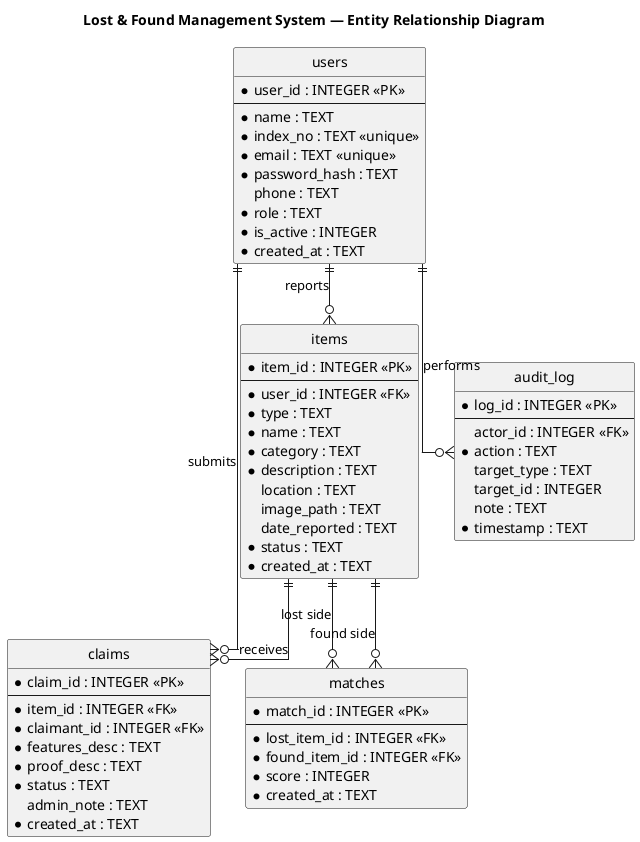
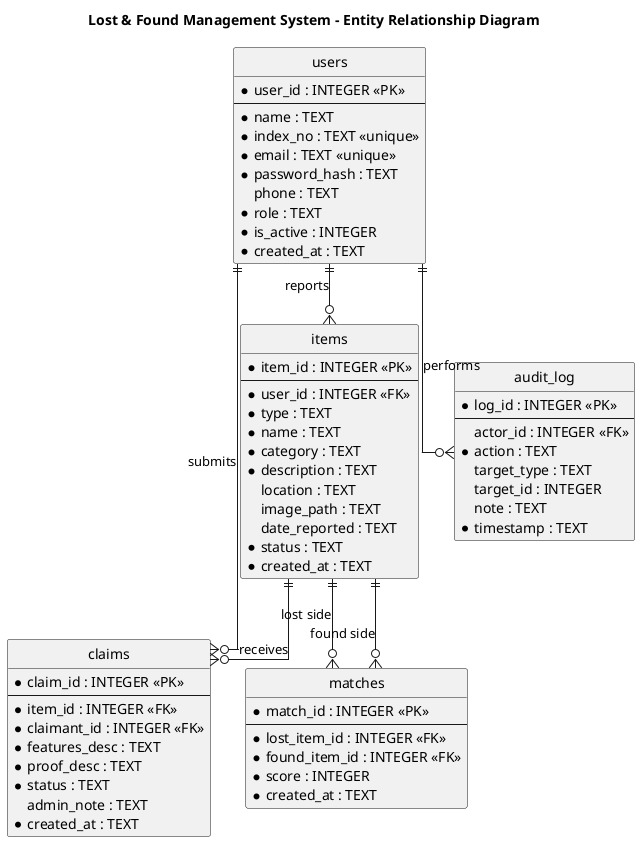
@startuml er-diagram
- title Lost & Found Management System — Entity Relationship Diagram
+ title Lost & Found Management System - Entity Relationship Diagram
hide circle
skinparam linetype ortho

entity users {
  * user_id : INTEGER <<PK>>
  --
  * name : TEXT
  * index_no : TEXT <<unique>>
  * email : TEXT <<unique>>
  * password_hash : TEXT
  phone : TEXT
  * role : TEXT
  * is_active : INTEGER
  * created_at : TEXT
}

entity items {
  * item_id : INTEGER <<PK>>
  --
  * user_id : INTEGER <<FK>>
  * type : TEXT
  * name : TEXT
  * category : TEXT
  * description : TEXT
  location : TEXT
  image_path : TEXT
  date_reported : TEXT
  * status : TEXT
  * created_at : TEXT
}

entity claims {
  * claim_id : INTEGER <<PK>>
  --
  * item_id : INTEGER <<FK>>
  * claimant_id : INTEGER <<FK>>
  * features_desc : TEXT
  * proof_desc : TEXT
  * status : TEXT
  admin_note : TEXT
  * created_at : TEXT
}

entity matches {
  * match_id : INTEGER <<PK>>
  --
  * lost_item_id : INTEGER <<FK>>
  * found_item_id : INTEGER <<FK>>
  * score : INTEGER
  * created_at : TEXT
}

entity audit_log {
  * log_id : INTEGER <<PK>>
  --
  actor_id : INTEGER <<FK>>
  * action : TEXT
  target_type : TEXT
  target_id : INTEGER
  note : TEXT
  * timestamp : TEXT
}

users    ||--o{ items     : reports
users    ||--o{ claims    : submits
items    ||--o{ claims    : receives
items    ||--o{ matches   : "lost side"
items    ||--o{ matches   : "found side"
users    ||--o{ audit_log : performs
@enduml
